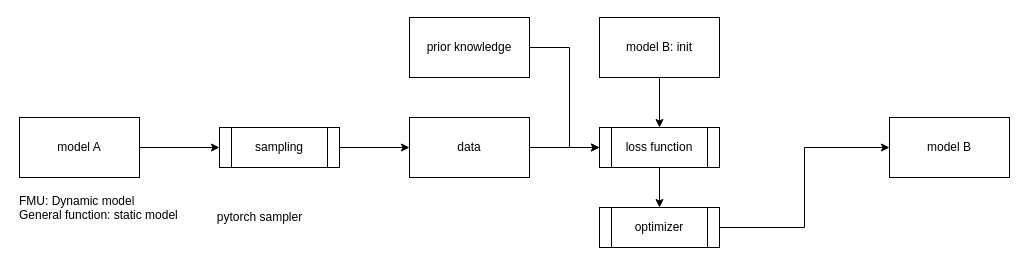
Above: page "yingzi-reducer" (2 of 8) of digitaltwin.drawio in zhangjinyiyi/SmallTest (draw.io), before the change. Source tidied: cells renumbered, new cells numbered last; positions are measured from the earlier drawing's top-left corner, leaving out a move shared by most shapes. Both pictures are drawn from the tidied source at 100%, with x=0, y=0 at pixel (17, 17).
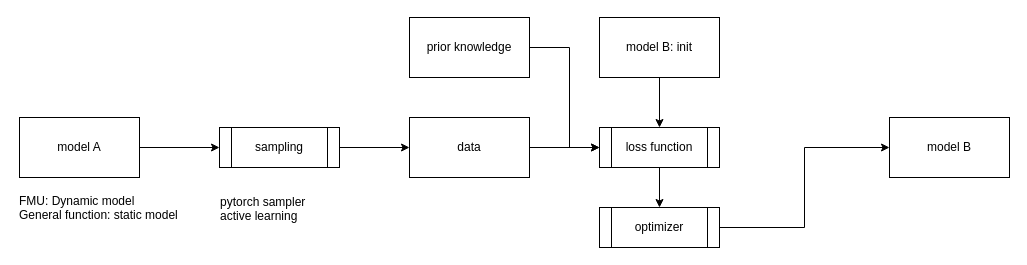
After the change.

Change to the diagram source:
```diff
@@
-    <mxCell id="18" value="pytorch sampler" style="text;html=1;align=center;verticalAlign=middle;strokeColor=none;fillColor=none;fontSize=12;fontColor=#000000;" parent="1" vertex="1">
-      <mxGeometry x="192" y="190" width="100" height="20" as="geometry" />
+    <mxCell id="18" value="pytorch sampler&lt;br&gt;active learning" style="text;html=1;align=left;verticalAlign=top;strokeColor=none;fillColor=none;fontSize=12;fontColor=#000000;" parent="1" vertex="1">
+      <mxGeometry x="201" y="171" width="100" height="30" as="geometry" />
     </mxCell>
```
